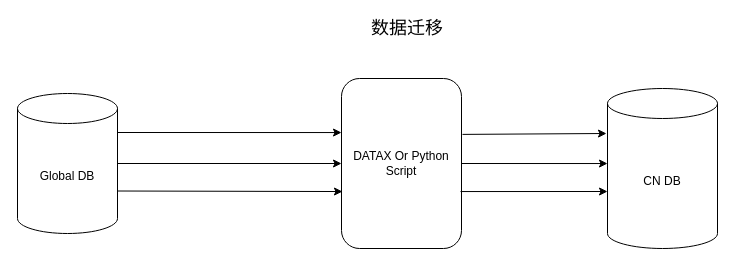
Hia-Hia/A-note keeps this draw.io diagram as 数据迁移.drawio. Above is the earlier version. Source tidied: cells renumbered, new cells numbered last; positions are measured from the earlier drawing's top-left corner, leaving out a move shared by most shapes. Both pictures are drawn from the tidied source at 100%, with x=0, y=0 at pixel (17, 18).
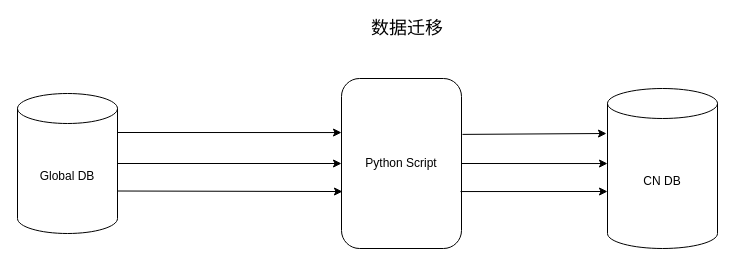
Above is the later version.

Commit message:
更新数据迁移.drawio

Diff of the diagram source:
```diff
@@
 <mxGraphModel>
   <root>
     <mxCell id="0" />
     <mxCell id="1" parent="0" />
     <mxCell id="2" value="&lt;font style=&quot;font-size: 18px&quot;&gt;数据迁移&lt;/font&gt;" style="text;html=1;strokeColor=none;fillColor=none;align=center;verticalAlign=middle;whiteSpace=wrap;rounded=0;" parent="1" vertex="1">
       <mxGeometry x="310" width="160" height="20" as="geometry" />
     </mxCell>
     <mxCell id="3" value="Global DB" style="shape=cylinder3;whiteSpace=wrap;html=1;boundedLbl=1;backgroundOutline=1;size=15;" parent="1" vertex="1">
       <mxGeometry y="75" width="100" height="140" as="geometry" />
     </mxCell>
     <mxCell id="4" value="CN DB" style="shape=cylinder3;whiteSpace=wrap;html=1;boundedLbl=1;backgroundOutline=1;size=15;" parent="1" vertex="1">
       <mxGeometry x="590" y="70" width="110" height="160" as="geometry" />
     </mxCell>
-    <mxCell id="5" value="DATAX Or Python Script" style="rounded=1;whiteSpace=wrap;html=1;" parent="1" vertex="1">
+    <mxCell id="5" value="Python Script" style="rounded=1;whiteSpace=wrap;html=1;" parent="1" vertex="1">
       <mxGeometry x="324" y="60" width="120" height="170" as="geometry" />
     </mxCell>
     <mxCell id="6" style="endArrow=classic;html=1;exitX=1.017;exitY=0.329;exitDx=0;exitDy=0;exitPerimeter=0;" parent="1" edge="1">
       <mxGeometry relative="1" as="geometry">
         <mxPoint x="445" y="115.9" as="sourcePoint" />
         <mxPoint x="589" y="115" as="targetPoint" />
       </mxGeometry>
     </mxCell>
     <mxCell id="7" style="endArrow=classic;html=1;entryX=0;entryY=0.318;entryDx=0;entryDy=0;entryPerimeter=0;" parent="1" edge="1" target="5">
       <mxGeometry relative="1" as="geometry">
         <mxPoint x="100" y="114" as="sourcePoint" />
       </mxGeometry>
     </mxCell>
     <mxCell id="8" style="endArrow=classic;html=1;exitX=1;exitY=0.5;exitDx=0;exitDy=0;exitPerimeter=0;entryX=0;entryY=0.5;entryDx=0;entryDy=0;" parent="1" edge="1" source="3" target="5">
       <mxGeometry relative="1" as="geometry" />
     </mxCell>
     <mxCell id="9" style="endArrow=classic;html=1;entryX=0;entryY=0.469;entryDx=0;entryDy=0;entryPerimeter=0;" parent="1" edge="1" source="5" target="4">
       <mxGeometry relative="1" as="geometry" />
     </mxCell>
     <mxCell id="10" style="endArrow=classic;html=1;exitX=1;exitY=0;exitDx=0;exitDy=97.5;exitPerimeter=0;entryX=0.008;entryY=0.665;entryDx=0;entryDy=0;entryPerimeter=0;" parent="1" edge="1" source="3" target="5">
       <mxGeometry relative="1" as="geometry" />
     </mxCell>
     <mxCell id="11" style="endArrow=classic;html=1;exitX=0.992;exitY=0.665;exitDx=0;exitDy=0;exitPerimeter=0;" parent="1" edge="1" source="5">
       <mxGeometry relative="1" as="geometry">
         <mxPoint x="590" y="173" as="targetPoint" />
       </mxGeometry>
     </mxCell>
   </root>
 </mxGraphModel>
```
